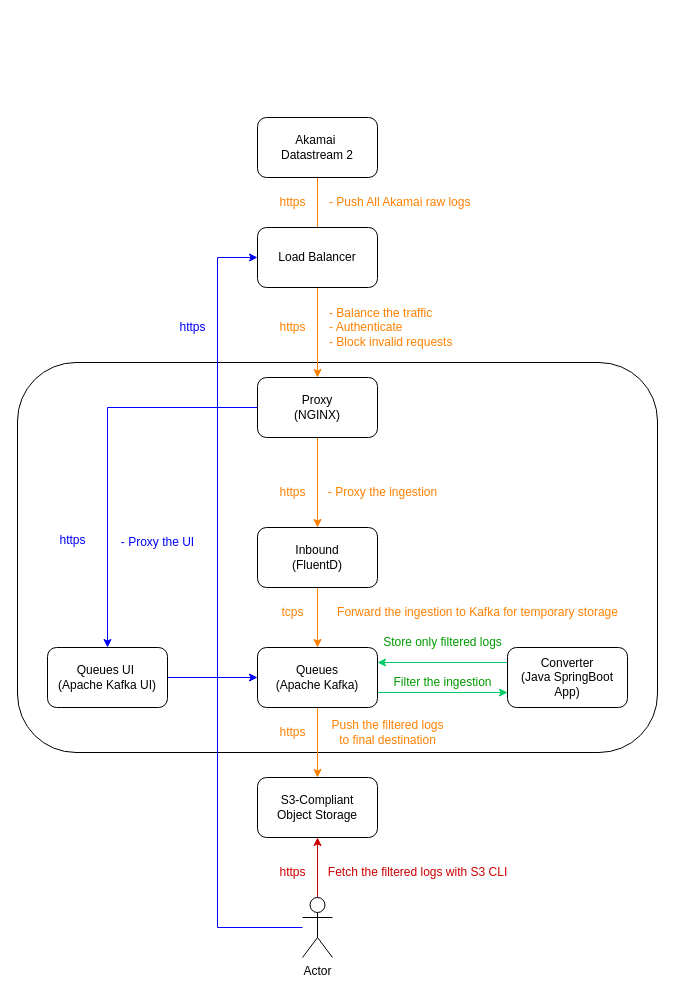
fvilarinho/akamai-ds2-dataflow keeps this draw.io diagram as software_architecture.drawio. Above is the earlier version. Source tidied: cells renumbered, new cells numbered last; positions are measured from the earlier drawing's top-left corner, leaving out a move shared by most shapes. Both pictures are drawn from the tidied source at 100%, with x=0, y=0 at pixel (17, 117).
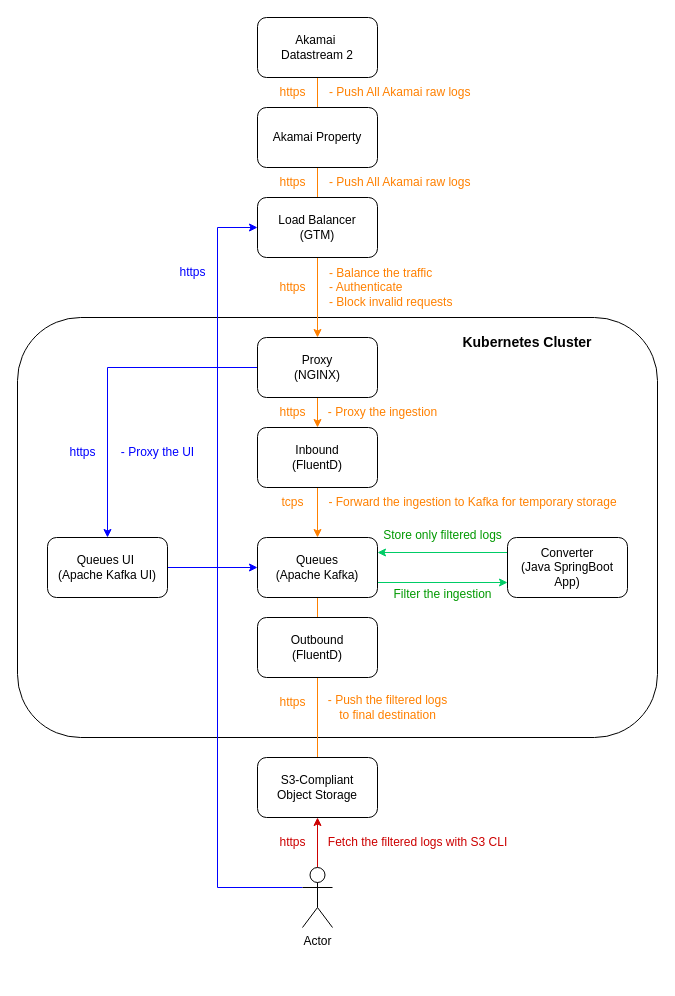
After the change.

Commit message (it also covers changes not shown here):
Bug fixes and code improvements.

Diff of the diagram source:
```diff
@@
     <mxCell id="2" style="rounded=1;whiteSpace=wrap;html=1;" parent="1" vertex="1">
-      <mxGeometry y="245" width="640" height="390" as="geometry" />
+      <mxGeometry y="200" width="640" height="420" as="geometry" />
     </mxCell>
@@
     <mxCell id="4" value="Akamai&amp;nbsp;&lt;div&gt;Datastream 2&lt;/div&gt;" style="rounded=1;whiteSpace=wrap;html=1;" parent="1" vertex="1">
-      <mxGeometry x="240" width="120" height="60" as="geometry" />
+      <mxGeometry x="240" y="-100" width="120" height="60" as="geometry" />
     </mxCell>
@@
     <mxCell id="7" value="Proxy&lt;div&gt;(NGINX)&lt;/div&gt;" style="rounded=1;whiteSpace=wrap;html=1;" parent="1" vertex="1">
-      <mxGeometry x="240" y="260" width="120" height="60" as="geometry" />
+      <mxGeometry x="240" y="220" width="120" height="60" as="geometry" />
     </mxCell>
@@
     <mxCell id="9" value="Inbound&lt;div&gt;(FluentD)&lt;/div&gt;" style="rounded=1;whiteSpace=wrap;html=1;" parent="1" vertex="1">
-      <mxGeometry x="240" y="410" width="120" height="60" as="geometry" />
+      <mxGeometry x="240" y="310" width="120" height="60" as="geometry" />
     </mxCell>
@@
     <mxCell id="12" value="Queues&lt;div&gt;(Apache Kafka)&lt;/div&gt;" style="rounded=1;whiteSpace=wrap;html=1;" parent="1" vertex="1">
-      <mxGeometry x="240" y="530" width="120" height="60" as="geometry" />
+      <mxGeometry x="240" y="420" width="120" height="60" as="geometry" />
     </mxCell>
@@
     <mxCell id="14" value="Converter&lt;div&gt;(Java SpringBoot App)&lt;/div&gt;" style="rounded=1;whiteSpace=wrap;html=1;" parent="1" vertex="1">
-      <mxGeometry x="490" y="530" width="120" height="60" as="geometry" />
+      <mxGeometry x="490" y="420" width="120" height="60" as="geometry" />
     </mxCell>
     <mxCell id="15" value="S3-Compliant&lt;div&gt;Object Storage&lt;/div&gt;" style="rounded=1;whiteSpace=wrap;html=1;" parent="1" vertex="1">
-      <mxGeometry x="240" y="660" width="120" height="60" as="geometry" />
+      <mxGeometry x="240" y="640" width="120" height="60" as="geometry" />
     </mxCell>
     <mxCell id="16" value="https" style="text;html=1;align=center;verticalAlign=middle;strokeColor=none;fillColor=none;fontColor=#FF8000;" parent="1" vertex="1">
-      <mxGeometry x="250" y="195" width="50" height="30" as="geometry" />
+      <mxGeometry x="250" y="155" width="50" height="30" as="geometry" />
     </mxCell>
     <mxCell id="17" value="- Balance the traffic&lt;br&gt;- Authenticate&lt;br&gt;- Block invalid requests" style="text;html=1;align=left;verticalAlign=middle;strokeColor=none;fillColor=none;fontColor=#FF8000;" parent="1" vertex="1">
-      <mxGeometry x="310" y="180" width="150" height="60" as="geometry" />
+      <mxGeometry x="310" y="140" width="150" height="60" as="geometry" />
     </mxCell>
     <mxCell id="18" value="https" style="text;html=1;align=center;verticalAlign=middle;strokeColor=none;fillColor=none;fontColor=#FF8000;" parent="1" vertex="1">
-      <mxGeometry x="250" y="360" width="50" height="30" as="geometry" />
+      <mxGeometry x="250" y="280" width="50" height="30" as="geometry" />
     </mxCell>
     <mxCell id="19" value="- Proxy the ingestion" style="text;html=1;align=center;verticalAlign=middle;strokeColor=none;fillColor=none;fontColor=#FF8000;" parent="1" vertex="1">
-      <mxGeometry x="300" y="360" width="130" height="30" as="geometry" />
+      <mxGeometry x="300" y="280" width="130" height="30" as="geometry" />
     </mxCell>
-    <mxCell id="20" value="Forward the ingestion to Kafka for temporary storage" style="text;html=1;align=center;verticalAlign=middle;strokeColor=none;fillColor=none;fontColor=#FF8000;" parent="1" vertex="1">
-      <mxGeometry x="310" y="480" width="300" height="30" as="geometry" />
+    <mxCell id="20" value="- Forward the ingestion to Kafka for temporary storage" style="text;html=1;align=center;verticalAlign=middle;strokeColor=none;fillColor=none;fontColor=#FF8000;" parent="1" vertex="1">
+      <mxGeometry x="300" y="370" width="310" height="30" as="geometry" />
     </mxCell>
     <mxCell id="21" value="tcps" style="text;html=1;align=center;verticalAlign=middle;strokeColor=none;fillColor=none;fontColor=#FF8000;" parent="1" vertex="1">
-      <mxGeometry x="250" y="480" width="50" height="30" as="geometry" />
+      <mxGeometry x="250" y="370" width="50" height="30" as="geometry" />
     </mxCell>
     <mxCell id="22" value="Filter the ingestion" style="text;html=1;align=center;verticalAlign=middle;strokeColor=none;fillColor=none;fontColor=#009900;" parent="1" vertex="1">
-      <mxGeometry x="365" y="550" width="120" height="30" as="geometry" />
+      <mxGeometry x="365" y="462" width="120" height="30" as="geometry" />
     </mxCell>
     <mxCell id="23" value="Store only filtered logs" style="text;html=1;align=center;verticalAlign=middle;strokeColor=none;fillColor=none;fontColor=#009900;" parent="1" vertex="1">
-      <mxGeometry x="355" y="510" width="140" height="30" as="geometry" />
+      <mxGeometry x="355" y="402.5" width="140" height="30" as="geometry" />
     </mxCell>
-    <mxCell id="24" value="Push the filtered logs&lt;br&gt;to final destination" style="text;html=1;align=center;verticalAlign=middle;strokeColor=none;fillColor=none;fontColor=#FF8000;" parent="1" vertex="1">
-      <mxGeometry x="300" y="595" width="140" height="40" as="geometry" />
-    </mxCell>
-    <mxCell id="25" value="https" style="text;html=1;align=center;verticalAlign=middle;strokeColor=none;fillColor=none;fontColor=#FF8000;" parent="1" vertex="1">
-      <mxGeometry x="250" y="600" width="50" height="30" as="geometry" />
-    </mxCell>
-    <mxCell id="26" style="edgeStyle=orthogonalEdgeStyle;rounded=0;jettySize=auto;html=1;fontColor=#CC0000;strokeColor=#CC0000;" parent="1" edge="1" source="28">
-      <mxGeometry relative="1" as="geometry">
-        <mxPoint x="300" y="720" as="targetPoint" />
-      </mxGeometry>
+    <mxCell id="26" style="edgeStyle=orthogonalEdgeStyle;rounded=0;jettySize=auto;html=1;fontColor=#CC0000;strokeColor=#CC0000;entryX=0.5;entryY=1;entryDx=0;entryDy=0;" parent="1" edge="1" source="28" target="15">
+      <mxGeometry relative="1" as="geometry" />
     </mxCell>
-    <mxCell id="27" style="edgeStyle=orthogonalEdgeStyle;rounded=0;jettySize=auto;html=1;entryX=0;entryY=0.5;entryDx=0;entryDy=0;strokeColor=#0000FF;" parent="1" edge="1" source="28" target="36">
+    <mxCell id="27" style="edgeStyle=orthogonalEdgeStyle;rounded=0;jettySize=auto;html=1;entryX=0;entryY=0.5;entryDx=0;entryDy=0;strokeColor=#0000FF;exitX=0;exitY=0.3333333333333333;exitDx=0;exitDy=0;exitPerimeter=0;" parent="1" edge="1" source="28" target="36">
       <mxGeometry relative="1" as="geometry">
         <Array as="points">
-          <mxPoint x="200" y="810" />
-          <mxPoint x="200" y="140" />
+          <mxPoint x="200" y="770" />
+          <mxPoint x="200" y="110" />
         </Array>
       </mxGeometry>
     </mxCell>
     <mxCell id="28" value="Actor" style="shape=umlActor;verticalLabelPosition=bottom;verticalAlign=top;html=1;" parent="1" vertex="1">
-      <mxGeometry x="285" y="780" width="30" height="60" as="geometry" />
+      <mxGeometry x="285" y="750" width="30" height="60" as="geometry" />
     </mxCell>
     <mxCell id="29" value="Fetch the filtered logs with S3 CLI" style="text;html=1;align=center;verticalAlign=middle;strokeColor=none;fillColor=none;fontColor=#CC0000;" parent="1" vertex="1">
-      <mxGeometry x="300" y="740" width="200" height="30" as="geometry" />
+      <mxGeometry x="300" y="710" width="200" height="30" as="geometry" />
     </mxCell>
     <mxCell id="30" value="https" style="text;html=1;align=center;verticalAlign=middle;strokeColor=none;fillColor=none;fontColor=#CC0000;" parent="1" vertex="1">
-      <mxGeometry x="250" y="740" width="50" height="30" as="geometry" />
+      <mxGeometry x="250" y="710" width="50" height="30" as="geometry" />
     </mxCell>
@@
     <mxCell id="32" value="&lt;div&gt;Queues UI&amp;nbsp;&lt;/div&gt;&lt;div&gt;(Apache Kafka UI)&lt;/div&gt;" style="rounded=1;whiteSpace=wrap;html=1;" parent="1" vertex="1">
-      <mxGeometry x="30" y="530" width="120" height="60" as="geometry" />
+      <mxGeometry x="30" y="420" width="120" height="60" as="geometry" />
     </mxCell>
     <mxCell id="33" value="https" style="text;html=1;align=center;verticalAlign=middle;strokeColor=none;fillColor=none;fontColor=#0000FF;" parent="1" vertex="1">
-      <mxGeometry x="150" y="195" width="50" height="30" as="geometry" />
+      <mxGeometry x="150" y="140" width="50" height="30" as="geometry" />
     </mxCell>
     <mxCell id="34" value="https" style="text;html=1;align=center;verticalAlign=middle;strokeColor=none;fillColor=none;fontColor=#0000FF;" parent="1" vertex="1">
-      <mxGeometry x="30" y="408" width="50" height="30" as="geometry" />
+      <mxGeometry x="40" y="320" width="50" height="30" as="geometry" />
     </mxCell>
     <mxCell id="35" value="- Proxy the UI" style="text;html=1;align=center;verticalAlign=middle;strokeColor=none;fillColor=none;fontColor=#0000FF;" parent="1" vertex="1">
-      <mxGeometry x="90" y="410" width="100" height="30" as="geometry" />
+      <mxGeometry x="90" y="320" width="100" height="30" as="geometry" />
     </mxCell>
-    <mxCell id="36" value="Load Balancer" style="rounded=1;whiteSpace=wrap;html=1;" parent="1" vertex="1">
-      <mxGeometry x="240" y="110" width="120" height="60" as="geometry" />
+    <mxCell id="36" value="Load Balancer&lt;br&gt;(GTM)" style="rounded=1;whiteSpace=wrap;html=1;" parent="1" vertex="1">
+      <mxGeometry x="240" y="80" width="120" height="60" as="geometry" />
     </mxCell>
     <mxCell id="37" value="- Push All Akamai raw logs" style="text;html=1;align=left;verticalAlign=middle;strokeColor=none;fillColor=none;fontColor=#FF8000;" parent="1" vertex="1">
-      <mxGeometry x="310" y="70" width="160" height="30" as="geometry" />
+      <mxGeometry x="310" y="-40" width="160" height="30" as="geometry" />
     </mxCell>
     <mxCell id="38" value="https" style="text;html=1;align=center;verticalAlign=middle;strokeColor=none;fillColor=none;fontColor=#FF8000;" parent="1" vertex="1">
-      <mxGeometry x="250" y="70" width="50" height="30" as="geometry" />
+      <mxGeometry x="250" y="-40" width="50" height="30" as="geometry" />
     </mxCell>
+    <mxCell id="39" value="Akamai Property" style="rounded=1;whiteSpace=wrap;html=1;" parent="1" vertex="1">
+      <mxGeometry x="240" y="-10" width="120" height="60" as="geometry" />
+    </mxCell>
+    <mxCell id="40" value="- Push All Akamai raw logs" style="text;html=1;align=left;verticalAlign=middle;strokeColor=none;fillColor=none;fontColor=#FF8000;" parent="1" vertex="1">
+      <mxGeometry x="310" y="50" width="160" height="30" as="geometry" />
+    </mxCell>
+    <mxCell id="41" value="https" style="text;html=1;align=center;verticalAlign=middle;strokeColor=none;fillColor=none;fontColor=#FF8000;" parent="1" vertex="1">
+      <mxGeometry x="250" y="50" width="50" height="30" as="geometry" />
+    </mxCell>
+    <mxCell id="42" value="&lt;b style=&quot;font-size: 14px;&quot;&gt;Kubernetes Cluster&lt;/b&gt;" style="text;html=1;strokeColor=none;fillColor=none;align=center;verticalAlign=middle;whiteSpace=wrap;rounded=0;fontSize=14;" parent="1" vertex="1">
+      <mxGeometry x="430" y="210" width="160" height="30" as="geometry" />
+    </mxCell>
+    <mxCell id="43" value="&lt;div&gt;Outbound&lt;/div&gt;&lt;div&gt;(FluentD)&lt;/div&gt;" style="rounded=1;whiteSpace=wrap;html=1;" parent="1" vertex="1">
+      <mxGeometry x="240" y="500" width="120" height="60" as="geometry" />
+    </mxCell>
+    <mxCell id="44" value="- Push the filtered logs&lt;br&gt;to final destination" style="text;html=1;align=center;verticalAlign=middle;strokeColor=none;fillColor=none;fontColor=#FF8000;" parent="1" vertex="1">
+      <mxGeometry x="300" y="570" width="140" height="40" as="geometry" />
+    </mxCell>
+    <mxCell id="45" value="https" style="text;html=1;align=center;verticalAlign=middle;strokeColor=none;fillColor=none;fontColor=#FF8000;" parent="1" vertex="1">
+      <mxGeometry x="250" y="570" width="50" height="30" as="geometry" />
+    </mxCell>
```
